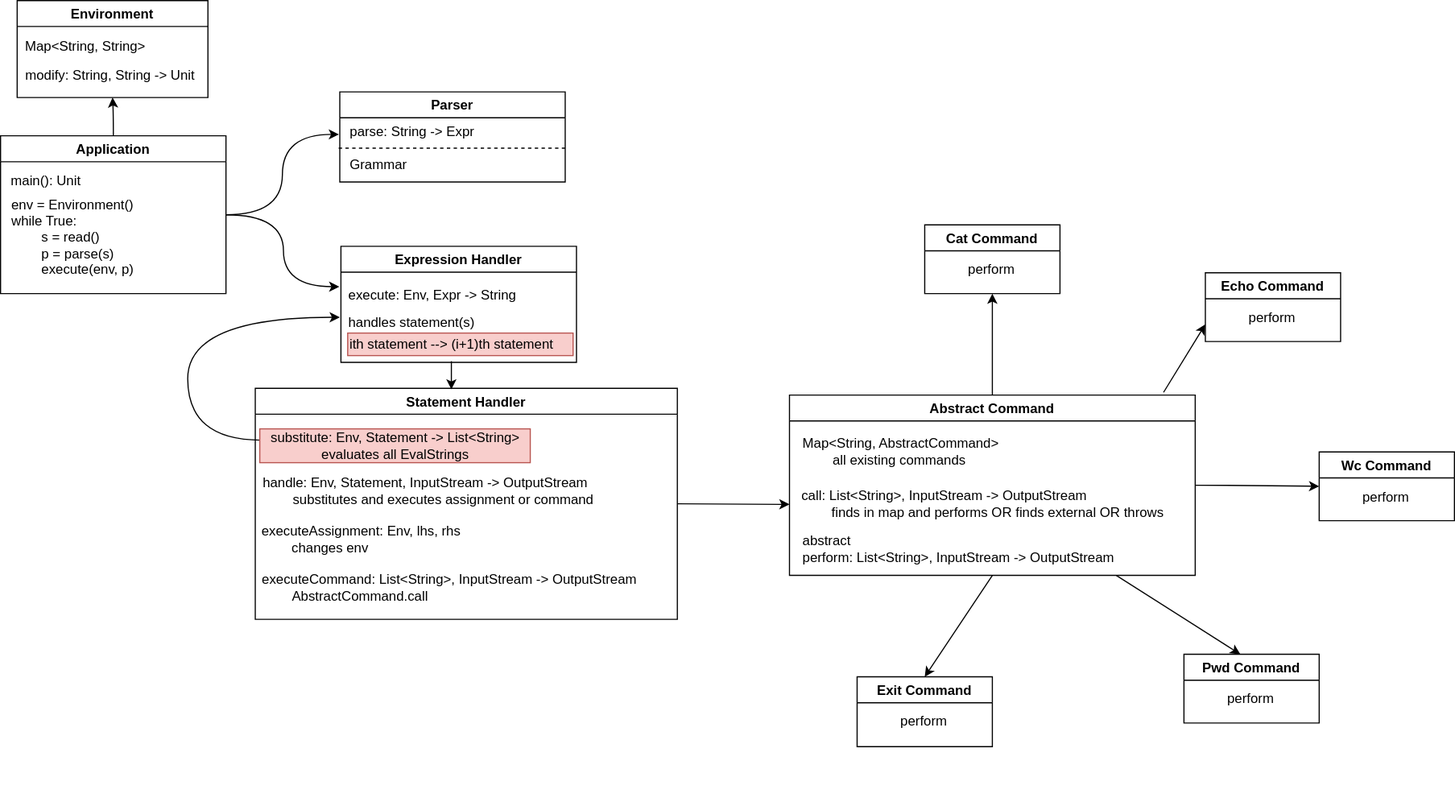
This is hw01/hw01.svg from kibrq/sd-practice, a draw.io export, as it was before one commit. Source tidied: cells renumbered, new cells last; positions are measured from the earlier drawing's top-left corner, leaving out a move shared by most shapes.
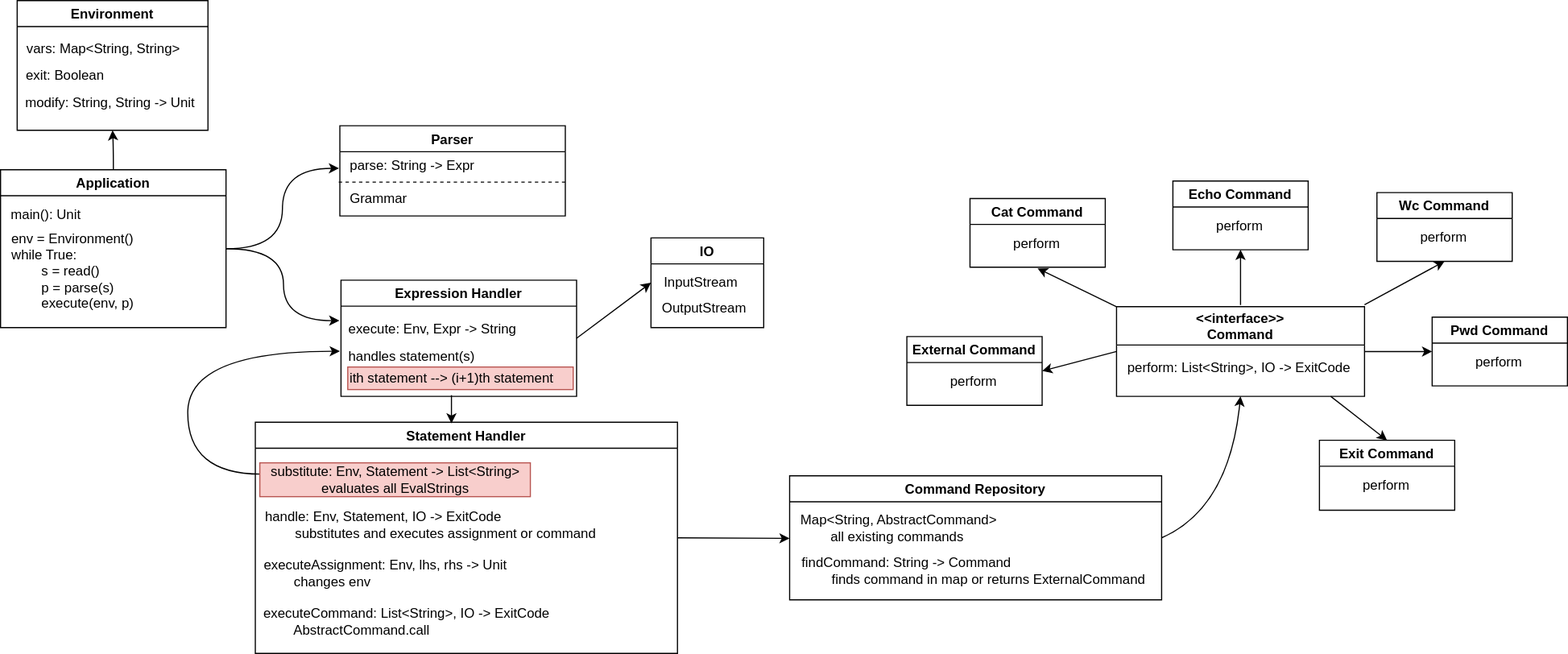
The same diagram one commit later.

What changed in the source:
```diff
@@ -53,27 +53,30 @@
     <mxCell id="17" value="Statement Handler" style="swimlane;" parent="1" vertex="1">
       <mxGeometry x="226" y="344" width="374.5" height="205" as="geometry" />
     </mxCell>
-    <mxCell id="18" value="executeAssignment: Env, lhs, rhs&lt;br&gt;&lt;span style=&quot;white-space: pre&quot;&gt;&#9;&lt;/span&gt;changes env" style="text;html=1;align=left;verticalAlign=middle;strokeColor=none;fillColor=none;" parent="17" vertex="1">
-      <mxGeometry x="3.5" y="119" width="190" height="30" as="geometry" />
+    <mxCell id="18" value="executeAssignment: Env, lhs, rhs -&amp;gt; Unit&lt;br&gt;&lt;span style=&quot;white-space: pre&quot;&gt;&#9;&lt;/span&gt;changes env" style="text;html=1;align=left;verticalAlign=middle;strokeColor=none;fillColor=none;" parent="17" vertex="1">
+      <mxGeometry x="5.5" y="119" width="230" height="30" as="geometry" />
     </mxCell>
-    <mxCell id="19" value="handle:&amp;nbsp;&lt;span style=&quot;text-align: center&quot;&gt;Env, Statement, InputStream -&amp;gt; OutputStream&lt;br&gt;&lt;span style=&quot;white-space: pre&quot;&gt;&#9;&lt;/span&gt;substitutes and executes assignment or command&lt;br&gt;&lt;/span&gt;" style="text;html=1;align=left;verticalAlign=middle;strokeColor=none;fillColor=none;" parent="17" vertex="1">
-      <mxGeometry x="4.5" y="76" width="310" height="30" as="geometry" />
+    <mxCell id="19" value="handle:&amp;nbsp;&lt;span style=&quot;text-align: center&quot;&gt;Env, Statement, IO -&amp;gt; ExitCode&lt;br&gt;&lt;span style=&quot;white-space: pre&quot;&gt;&#9;&lt;/span&gt;substitutes and executes assignment or command&lt;br&gt;&lt;/span&gt;" style="text;html=1;align=left;verticalAlign=middle;strokeColor=none;fillColor=none;" parent="17" vertex="1">
+      <mxGeometry x="6.5" y="76" width="310" height="30" as="geometry" />
     </mxCell>
-    <mxCell id="20" value="&lt;div style=&quot;text-align: left&quot;&gt;&lt;span&gt;executeCommand: List&amp;lt;String&amp;gt;, InputStream -&amp;gt; OutputStream&lt;/span&gt;&lt;/div&gt;&lt;div style=&quot;text-align: left&quot;&gt;&lt;span&gt;&lt;span style=&quot;white-space: pre&quot;&gt;&#9;&lt;/span&gt;AbstractCommand.call&lt;br&gt;&lt;/span&gt;&lt;/div&gt;" style="text;html=1;align=center;verticalAlign=middle;strokeColor=none;fillColor=none;" parent="17" vertex="1">
-      <mxGeometry x="-3.5" y="162" width="350" height="30" as="geometry" />
+    <mxCell id="20" value="&lt;div style=&quot;text-align: left&quot;&gt;&lt;span&gt;executeCommand: List&amp;lt;String&amp;gt;, IO -&amp;gt; ExitCode&lt;/span&gt;&lt;/div&gt;&lt;div style=&quot;text-align: left&quot;&gt;&lt;span&gt;&lt;span style=&quot;white-space: pre&quot;&gt;&#9;&lt;/span&gt;AbstractCommand.call&lt;br&gt;&lt;/span&gt;&lt;/div&gt;" style="text;html=1;align=center;verticalAlign=middle;strokeColor=none;fillColor=none;" parent="17" vertex="1">
+      <mxGeometry x="-1.5" y="162" width="270" height="30" as="geometry" />
     </mxCell>
     <mxCell id="21" style="group;" parent="1" vertex="1">
-      <mxGeometry x="14" width="170" height="86" as="geometry" />
+      <mxGeometry x="14" y="-30" width="170" height="115" as="geometry" />
     </mxCell>
     <mxCell id="22" value="Environment" style="swimlane;" parent="21" vertex="1">
-      <mxGeometry x="0.7" width="169.3" height="86" as="geometry" />
+      <mxGeometry x="0.7" width="169.3" height="115" as="geometry" />
     </mxCell>
-    <mxCell id="23" value="Map&amp;lt;String, String&amp;gt;" style="text;html=1;align=center;verticalAlign=middle;strokeColor=none;fillColor=none;" parent="22" vertex="1">
-      <mxGeometry y="30.9" width="120" height="20" as="geometry" />
+    <mxCell id="23" value="vars: Map&amp;lt;String, String&amp;gt;" style="text;html=1;align=center;verticalAlign=middle;strokeColor=none;fillColor=none;" parent="22" vertex="1">
+      <mxGeometry x="1" y="32.6" width="150" height="20" as="geometry" />
     </mxCell>
     <mxCell id="24" value="modify: String, String -&amp;gt; Unit" style="text;html=1;align=center;verticalAlign=middle;strokeColor=none;fillColor=none;" parent="22" vertex="1">
-      <mxGeometry x="-2.4" y="56.8" width="170" height="20" as="geometry" />
+      <mxGeometry x="-2.4" y="81.2" width="170" height="20" as="geometry" />
     </mxCell>
+    <mxCell id="55" value="exit: Boolean" style="text;html=1;align=center;verticalAlign=middle;strokeColor=none;fillColor=none;" parent="22" vertex="1">
+      <mxGeometry x="2.3" y="56.5" width="80" height="20" as="geometry" />
+    </mxCell>
     <mxCell id="25" style="edgeStyle=orthogonalEdgeStyle;curved=1;orthogonalLoop=1;jettySize=auto;html=1;" parent="1" edge="1">
       <mxGeometry relative="1" as="geometry">
         <mxPoint x="231" y="390" as="sourcePoint" />
@@ -88,82 +91,35 @@
       <mxGeometry x="230" y="380" width="240" height="30" as="geometry" />
     </mxCell>
     <mxCell id="27" value="Cat Command" style="swimlane;" parent="1" vertex="1">
-      <mxGeometry x="820" y="199" width="120" height="61" as="geometry" />
+      <mxGeometry x="860" y="145.5" width="120" height="61" as="geometry" />
     </mxCell>
-    <mxCell id="28" value="&lt;span&gt;&lt;br&gt;&lt;/span&gt;" style="text;html=1;align=left;verticalAlign=middle;strokeColor=none;fillColor=none;" parent="27" vertex="1">
-      <mxGeometry x="9" y="87" width="20" height="20" as="geometry" />
-    </mxCell>
     <mxCell id="29" value="perform" style="text;html=1;align=center;verticalAlign=middle;strokeColor=none;fillColor=none;" parent="27" vertex="1">
       <mxGeometry x="29" y="30" width="60" height="20" as="geometry" />
     </mxCell>
     <mxCell id="30" value="Echo Command" style="swimlane;" parent="1" vertex="1">
-      <mxGeometry x="1069" y="241.5" width="120" height="61" as="geometry" />
+      <mxGeometry x="1040" y="130" width="120" height="61" as="geometry" />
     </mxCell>
-    <mxCell id="31" value="&lt;span&gt;&lt;br&gt;&lt;/span&gt;" style="text;html=1;align=left;verticalAlign=middle;strokeColor=none;fillColor=none;" parent="30" vertex="1">
-      <mxGeometry x="9" y="87" width="20" height="20" as="geometry" />
-    </mxCell>
     <mxCell id="32" value="perform" style="text;html=1;align=center;verticalAlign=middle;strokeColor=none;fillColor=none;" parent="30" vertex="1">
       <mxGeometry x="29" y="30" width="60" height="20" as="geometry" />
     </mxCell>
     <mxCell id="33" value="Exit Command" style="swimlane;" parent="1" vertex="1">
-      <mxGeometry x="760" y="600" width="120" height="62" as="geometry" />
+      <mxGeometry x="1170" y="360" width="120" height="62" as="geometry" />
     </mxCell>
-    <mxCell id="34" value="&lt;span&gt;&lt;br&gt;&lt;/span&gt;" style="text;html=1;align=left;verticalAlign=middle;strokeColor=none;fillColor=none;" parent="33" vertex="1">
-      <mxGeometry x="9" y="87" width="20" height="20" as="geometry" />
-    </mxCell>
     <mxCell id="35" value="perform" style="text;html=1;align=center;verticalAlign=middle;strokeColor=none;fillColor=none;" parent="33" vertex="1">
       <mxGeometry x="29" y="30" width="60" height="20" as="geometry" />
     </mxCell>
     <mxCell id="36" value="Wc Command" style="swimlane;" parent="1" vertex="1">
-      <mxGeometry x="1170" y="400.5" width="120" height="61" as="geometry" />
+      <mxGeometry x="1221" y="140.2" width="120" height="61" as="geometry" />
     </mxCell>
-    <mxCell id="37" value="&lt;span&gt;&lt;br&gt;&lt;/span&gt;" style="text;html=1;align=left;verticalAlign=middle;strokeColor=none;fillColor=none;" parent="36" vertex="1">
-      <mxGeometry x="9" y="87" width="20" height="20" as="geometry" />
-    </mxCell>
     <mxCell id="38" value="perform" style="text;html=1;align=center;verticalAlign=middle;strokeColor=none;fillColor=none;" parent="36" vertex="1">
       <mxGeometry x="29" y="30" width="60" height="20" as="geometry" />
     </mxCell>
     <mxCell id="39" value="Pwd Command" style="swimlane;" parent="1" vertex="1">
-      <mxGeometry x="1050" y="580" width="120" height="61" as="geometry" />
+      <mxGeometry x="1270" y="250.8" width="120" height="61" as="geometry" />
     </mxCell>
-    <mxCell id="40" value="&lt;span&gt;&lt;br&gt;&lt;/span&gt;" style="text;html=1;align=left;verticalAlign=middle;strokeColor=none;fillColor=none;" parent="39" vertex="1">
-      <mxGeometry x="9" y="87" width="20" height="20" as="geometry" />
-    </mxCell>
     <mxCell id="41" value="perform" style="text;html=1;align=center;verticalAlign=middle;strokeColor=none;fillColor=none;" parent="39" vertex="1">
       <mxGeometry x="29" y="30" width="60" height="20" as="geometry" />
     </mxCell>
-    <mxCell id="42" style="group;" parent="1" vertex="1">
-      <mxGeometry x="700" y="350" width="369" height="160" as="geometry" />
-    </mxCell>
-    <mxCell id="43" value="Abstract Command" style="swimlane;" parent="42" vertex="1">
-      <mxGeometry width="360" height="160" as="geometry" />
-    </mxCell>
-    <mxCell id="44" value="Map&amp;lt;String, AbstractCommand&amp;gt;&lt;br&gt;&lt;span style=&quot;white-space: pre&quot;&gt;&#9;&lt;/span&gt;all existing commands" style="text;html=1;align=left;verticalAlign=middle;strokeColor=none;fillColor=none;" parent="43" vertex="1">
-      <mxGeometry x="10" y="35" width="190" height="30" as="geometry" />
-    </mxCell>
-    <mxCell id="45" value="call:&lt;span&gt;&amp;nbsp;List&amp;lt;String&amp;gt;, InputStream -&amp;gt; OutputStream&lt;br&gt;&lt;span style=&quot;white-space: pre&quot;&gt;&#9;&lt;/span&gt;finds in map and performs OR finds external OR throws&lt;br&gt;&lt;/span&gt;" style="text;html=1;align=left;verticalAlign=middle;strokeColor=none;fillColor=none;" parent="43" vertex="1">
-      <mxGeometry x="9" y="82" width="340" height="30" as="geometry" />
-    </mxCell>
-    <mxCell id="46" value="abstract&lt;br&gt;perform:&lt;span&gt;&amp;nbsp;List&amp;lt;String&amp;gt;, InputStream -&amp;gt; OutputStream&lt;/span&gt;" style="text;html=1;align=left;verticalAlign=middle;strokeColor=none;fillColor=none;" parent="43" vertex="1">
-      <mxGeometry x="10" y="122" width="290" height="30" as="geometry" />
-    </mxCell>
-    <mxCell id="47" style="edgeStyle=orthogonalEdgeStyle;curved=1;jettySize=auto;html=1;entryX=0.5;entryY=1;entryDx=0;entryDy=0;" parent="1" edge="1" source="43" target="27">
-      <mxGeometry relative="1" as="geometry" />
-    </mxCell>
-    <mxCell id="48" style="edgeStyle=orthogonalEdgeStyle;curved=1;jettySize=auto;html=1;entryX=0;entryY=0.5;entryDx=0;entryDy=0;" parent="1" edge="1" source="43" target="36">
-      <mxGeometry relative="1" as="geometry" />
-    </mxCell>
-    <mxCell id="49" style="endArrow=classic;html=1;curved=1;entryX=0;entryY=0.75;entryDx=0;entryDy=0;exitX=0.922;exitY=-0.015;exitDx=0;exitDy=0;exitPerimeter=0;" parent="1" edge="1" source="43" target="30">
-      <mxGeometry relative="1" as="geometry" />
-    </mxCell>
-    <mxCell id="50" style="endArrow=classic;html=1;curved=1;entryX=0.5;entryY=0;entryDx=0;entryDy=0;exitX=0.5;exitY=1;exitDx=0;exitDy=0;" parent="1" edge="1" source="43" target="33">
-      <mxGeometry relative="1" as="geometry" />
-    </mxCell>
-    <mxCell id="51" style="endArrow=classic;html=1;curved=1;entryX=0.417;entryY=0;entryDx=0;entryDy=0;entryPerimeter=0;" parent="1" edge="1" target="39">
-      <mxGeometry relative="1" as="geometry">
-        <mxPoint x="990" y="510" as="sourcePoint" />
-      </mxGeometry>
-    </mxCell>
     <mxCell id="52" value="execute:&amp;nbsp;Env,&amp;nbsp;Expr -&amp;gt; String" style="text;html=1;align=center;verticalAlign=middle;strokeColor=none;fillColor=none;" parent="1" vertex="1">
       <mxGeometry x="303" y="252" width="160" height="20" as="geometry" />
     </mxCell>
@@ -178,5 +134,75 @@
         <mxPoint x="700" y="447" as="targetPoint" />
       </mxGeometry>
     </mxCell>
+    <mxCell id="56" value="IO" style="swimlane;" parent="1" vertex="1">
+      <mxGeometry x="577" y="180.5" width="100" height="79.5" as="geometry" />
+    </mxCell>
+    <mxCell id="57" value="InputStream" style="text;html=1;align=center;verticalAlign=middle;strokeColor=none;fillColor=none;" parent="56" vertex="1">
+      <mxGeometry x="4" y="29.5" width="80" height="20" as="geometry" />
+    </mxCell>
+    <mxCell id="58" value="OutputStream" style="text;html=1;align=center;verticalAlign=middle;strokeColor=none;fillColor=none;" parent="56" vertex="1">
+      <mxGeometry x="2" y="52.5" width="90" height="20" as="geometry" />
+    </mxCell>
+    <mxCell id="59" style="endArrow=classic;html=1;rounded=0;exitX=1;exitY=0.5;exitDx=0;exitDy=0;entryX=0;entryY=0.5;entryDx=0;entryDy=0;" parent="1" edge="1" source="14" target="56">
+      <mxGeometry relative="1" as="geometry" />
+    </mxCell>
+    <mxCell id="60" value="External Command" style="swimlane;" parent="1" vertex="1">
+      <mxGeometry x="804" y="268" width="120" height="61" as="geometry" />
+    </mxCell>
+    <mxCell id="61" value="perform" style="text;html=1;align=center;verticalAlign=middle;strokeColor=none;fillColor=none;" parent="60" vertex="1">
+      <mxGeometry x="29" y="30" width="60" height="20" as="geometry" />
+    </mxCell>
+    <mxCell id="43" value="&lt;&lt;interface&gt;&gt;&#10;Command" style="swimlane;startSize=34;" parent="1" vertex="1">
+      <mxGeometry x="990" y="241.5" width="220" height="79.5" as="geometry" />
+    </mxCell>
+    <mxCell id="46" value="perform:&lt;span&gt;&amp;nbsp;List&amp;lt;String&amp;gt;, IO -&amp;gt; ExitCode&lt;/span&gt;" style="text;html=1;align=left;verticalAlign=middle;strokeColor=none;fillColor=none;" parent="43" vertex="1">
+      <mxGeometry x="8" y="44.5" width="210" height="20" as="geometry" />
+    </mxCell>
+    <mxCell id="62" style="group;" parent="43" vertex="1">
+      <mxGeometry x="-290" y="150" width="369" height="110" as="geometry" />
+    </mxCell>
+    <mxCell id="63" value="Command Repository" style="swimlane;" parent="62" vertex="1">
+      <mxGeometry width="330" height="110" as="geometry" />
+    </mxCell>
+    <mxCell id="44" value="Map&amp;lt;String, AbstractCommand&amp;gt;&lt;br&gt;&lt;span style=&quot;white-space: pre&quot;&gt;&#9;&lt;/span&gt;all existing commands" style="text;html=1;align=left;verticalAlign=middle;strokeColor=none;fillColor=none;" parent="63" vertex="1">
+      <mxGeometry x="8" y="31.1" width="190" height="30" as="geometry" />
+    </mxCell>
+    <mxCell id="64" value="findCommand: String -&amp;gt; Command&lt;br&gt;&lt;span style=&quot;white-space: pre&quot;&gt;&#9;&lt;/span&gt;finds command in map or returns ExternalCommand" style="text;html=1;align=left;verticalAlign=middle;strokeColor=none;fillColor=none;" parent="63" vertex="1">
+      <mxGeometry x="9" y="69.4" width="320" height="30" as="geometry" />
+    </mxCell>
+    <mxCell id="65" style="endArrow=classic;html=1;exitX=1;exitY=0.5;exitDx=0;exitDy=0;curved=1;entryX=0.5;entryY=1;entryDx=0;entryDy=0;" parent="43" edge="1" source="63" target="43">
+      <mxGeometry relative="1" as="geometry">
+        <Array as="points">
+          <mxPoint x="100" y="178.5" />
+        </Array>
+      </mxGeometry>
+    </mxCell>
+    <mxCell id="66" style="endArrow=classic;html=1;rounded=0;entryX=0.5;entryY=1;entryDx=0;entryDy=0;" parent="1" edge="1">
+      <mxGeometry relative="1" as="geometry">
+        <mxPoint x="990" y="241.5" as="sourcePoint" />
+        <mxPoint x="920" y="207.5" as="targetPoint" />
+      </mxGeometry>
+    </mxCell>
+    <mxCell id="67" style="endArrow=classic;html=1;rounded=0;exitX=0;exitY=0.5;exitDx=0;exitDy=0;entryX=1;entryY=0.5;entryDx=0;entryDy=0;" parent="1" edge="1" source="43" target="60">
+      <mxGeometry relative="1" as="geometry" />
+    </mxCell>
+    <mxCell id="68" style="endArrow=classic;html=1;rounded=0;entryX=0;entryY=0.5;entryDx=0;entryDy=0;exitX=1;exitY=0.5;exitDx=0;exitDy=0;" parent="1" edge="1" source="43" target="39">
+      <mxGeometry relative="1" as="geometry" />
+    </mxCell>
+    <mxCell id="69" style="endArrow=classic;html=1;rounded=0;entryX=0.5;entryY=0;entryDx=0;entryDy=0;" parent="1" edge="1" target="33">
+      <mxGeometry relative="1" as="geometry">
+        <mxPoint x="1180" y="321" as="sourcePoint" />
+      </mxGeometry>
+    </mxCell>
+    <mxCell id="70" style="endArrow=classic;html=1;rounded=0;entryX=0.5;entryY=1;entryDx=0;entryDy=0;exitX=1;exitY=0.5;exitDx=0;exitDy=0;" parent="1" edge="1" target="36">
+      <mxGeometry relative="1" as="geometry">
+        <mxPoint x="1210" y="239.8" as="sourcePoint" />
+      </mxGeometry>
+    </mxCell>
+    <mxCell id="71" style="endArrow=classic;html=1;rounded=0;entryX=0.5;entryY=1;entryDx=0;entryDy=0;" parent="1" edge="1" target="30">
+      <mxGeometry relative="1" as="geometry">
+        <mxPoint x="1100" y="240" as="sourcePoint" />
+      </mxGeometry>
+    </mxCell>
   </root>
 </mxGraphModel>
```
